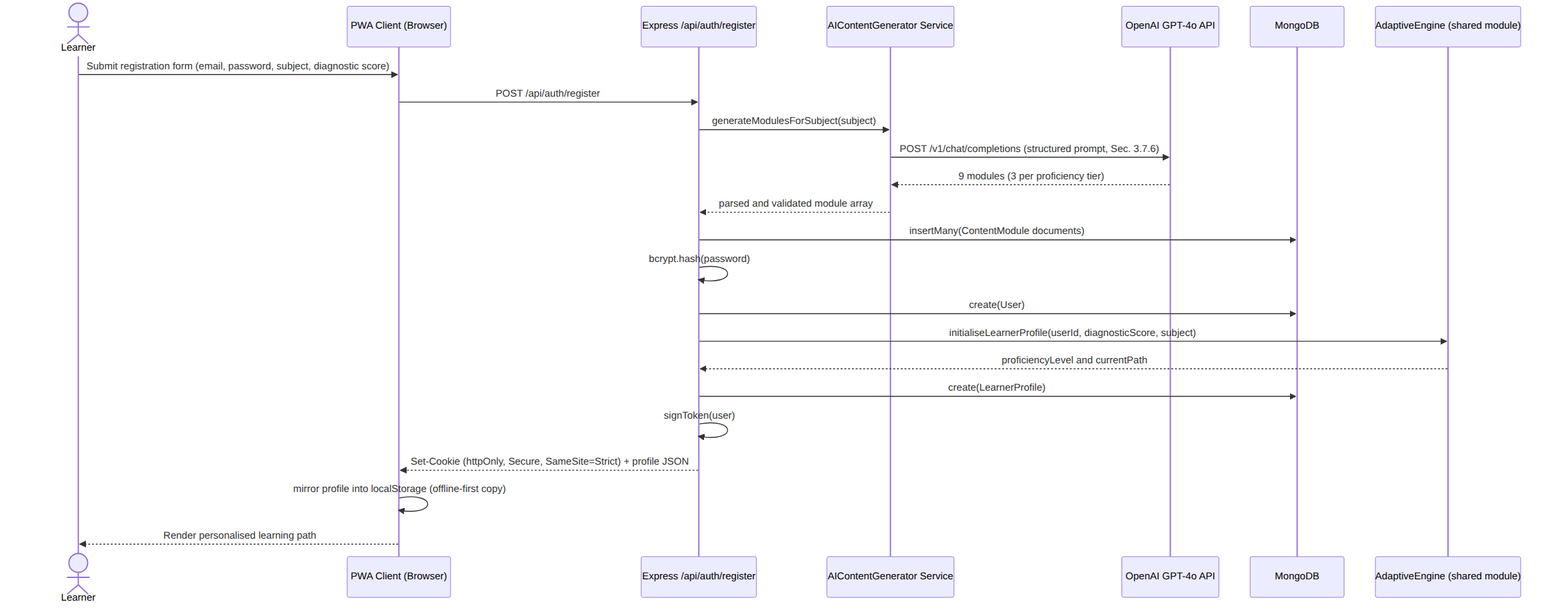
tolaniNgr/adaptive-learning-path-generator keeps this Mermaid diagram as diagrams/sequence-registration.png. Above is the earlier version. Its source is kept beside it as diagrams/sequence-registration.mmd. Its diagram source:
```mermaid
sequenceDiagram
    actor Learner
    participant PWA as PWA Client (Browser)
    participant Auth as Express /api/auth/register
    participant AI as AIContentGenerator Service
    participant GPT as OpenAI GPT-4o API
    participant DB as MongoDB
    participant Engine as AdaptiveEngine (shared module)

    Learner->>PWA: Submit registration form (email, password, subject, diagnostic score)
    PWA->>Auth: POST /api/auth/register
    Auth->>AI: generateModulesForSubject(subject)
    AI->>GPT: POST /v1/chat/completions (structured prompt, Sec. 3.7.6)
    GPT-->>AI: 9 modules (3 per proficiency tier)
    AI-->>Auth: parsed and validated module array
    Auth->>DB: insertMany(ContentModule documents)
    Auth->>Auth: bcrypt.hash(password)
    Auth->>DB: create(User)
    Auth->>Engine: initialiseLearnerProfile(userId, diagnosticScore, subject)
    Engine-->>Auth: proficiencyLevel and currentPath
    Auth->>DB: create(LearnerProfile)
    Auth->>Auth: signToken(user)
    Auth-->>PWA: Set-Cookie (httpOnly, Secure, SameSite=Strict) + profile JSON
    PWA->>PWA: mirror profile into localStorage (offline-first copy)
    PWA-->>Learner: Render personalised learning path
```
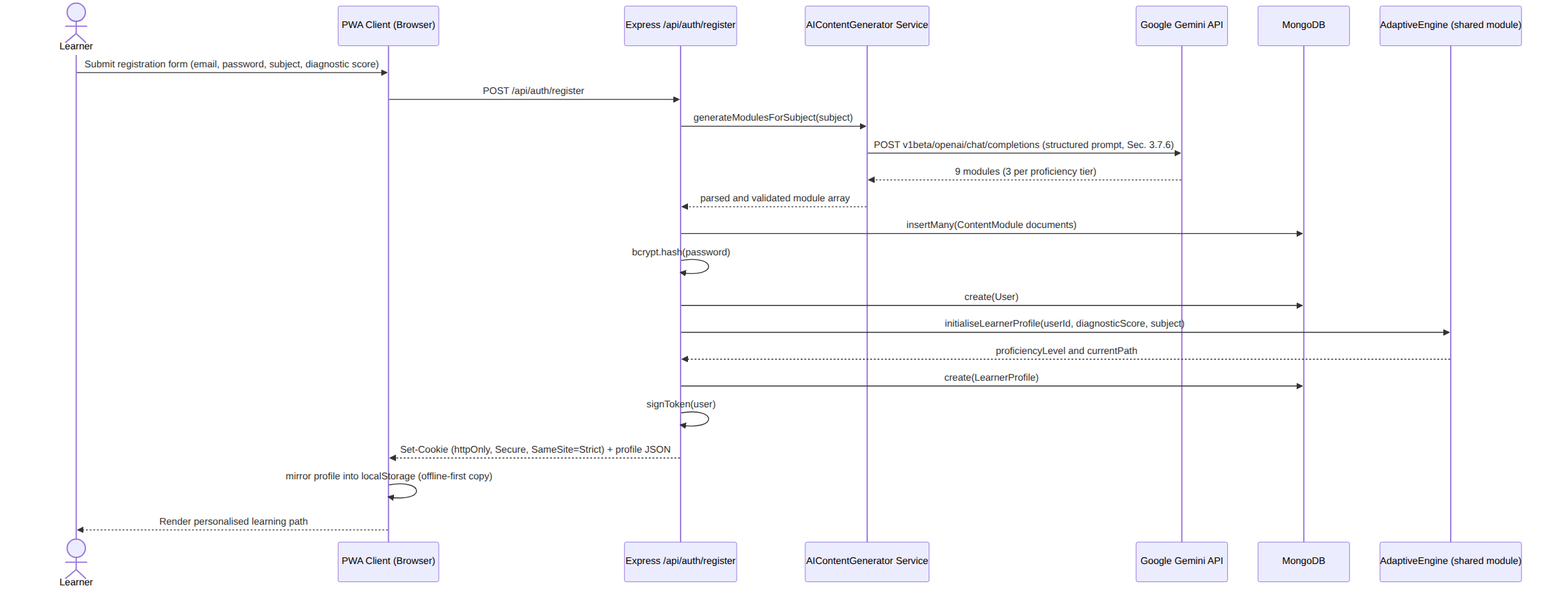
The same diagram one commit later.

The edit, as a diff of the source:
```diff
@@ -3,14 +3,14 @@
     participant PWA as PWA Client (Browser)
     participant Auth as Express /api/auth/register
     participant AI as AIContentGenerator Service
-    participant GPT as OpenAI GPT-4o API
+    participant GPT as Google Gemini API
     participant DB as MongoDB
     participant Engine as AdaptiveEngine (shared module)
 
     Learner->>PWA: Submit registration form (email, password, subject, diagnostic score)
     PWA->>Auth: POST /api/auth/register
     Auth->>AI: generateModulesForSubject(subject)
-    AI->>GPT: POST /v1/chat/completions (structured prompt, Sec. 3.7.6)
+    AI->>GPT: POST v1beta/openai/chat/completions (structured prompt, Sec. 3.7.6)
     GPT-->>AI: 9 modules (3 per proficiency tier)
     AI-->>Auth: parsed and validated module array
     Auth->>DB: insertMany(ContentModule documents)
```
